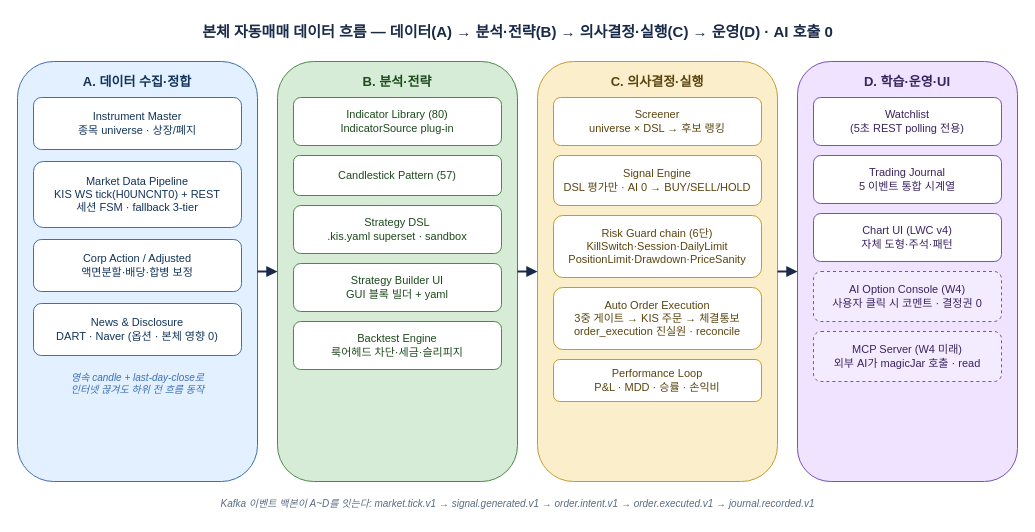
This is docs/architecture/diagrams/onboarding-data-flow.drawio from sp-daewoon/magicJar, a draw.io file, before an edit. Source tidied: cells renumbered, new cells numbered last; positions are measured from the earlier drawing's top-left corner, leaving out a move shared by most shapes. Both pictures are drawn from the tidied source at 100%, with x=0, y=0 at pixel (17, 17).
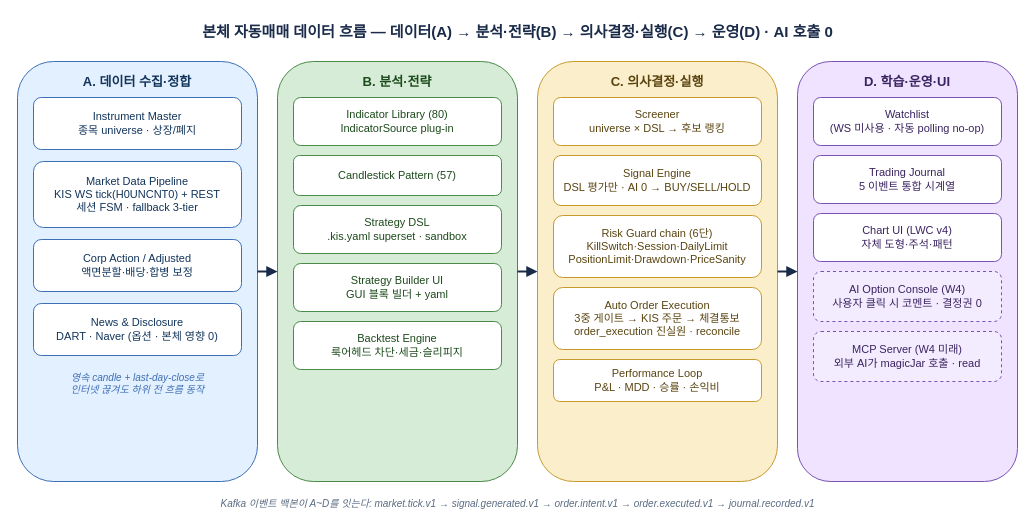
After the change.

Commit message (it also covers changes not shown here):
docs(architecture): resolve onboarding factual blockers

Diff of the diagram source:
```diff
@@
-    <mxCell id="22" value="Watchlist&#10;(5초 REST polling 전용)" style="rounded=1;whiteSpace=wrap;html=1;fillColor=#ffffff;strokeColor=#7a52b3;fontColor=#3a2360;fontSize=11;" parent="1" vertex="1">
+    <mxCell id="22" value="Watchlist&#10;(WS 미사용 · 자동 polling no-op)" style="rounded=1;whiteSpace=wrap;html=1;fillColor=#ffffff;strokeColor=#7a52b3;fontColor=#3a2360;fontSize=11;" parent="1" vertex="1">
       <mxGeometry x="796" y="80" width="188" height="48" as="geometry" />
     </mxCell>
```
